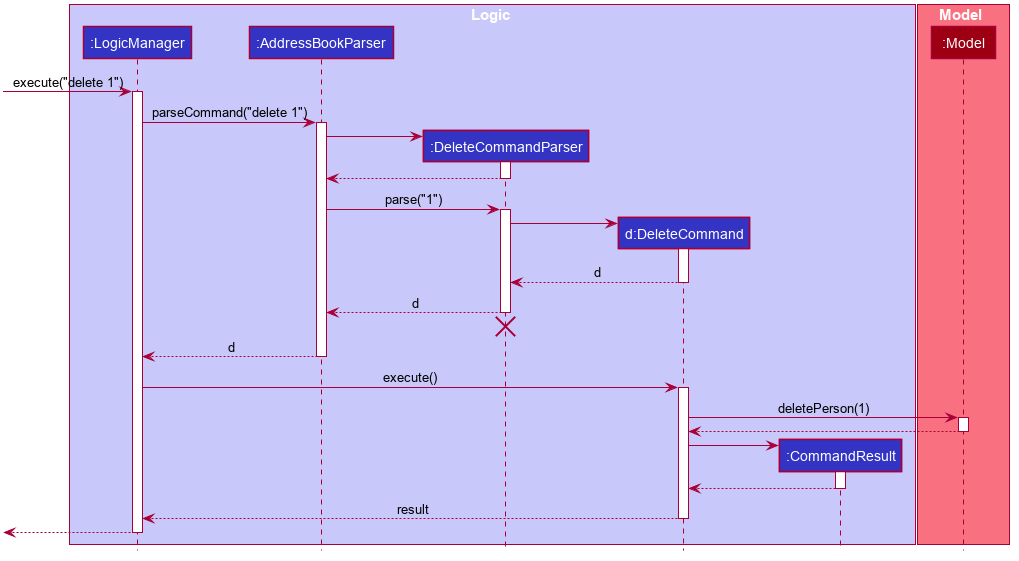
This is docs/images/DeleteSequenceDiagram.png from nus-cs2103-AY1920S1/addressbook-level3, a PlantUML export, as it was before one commit.
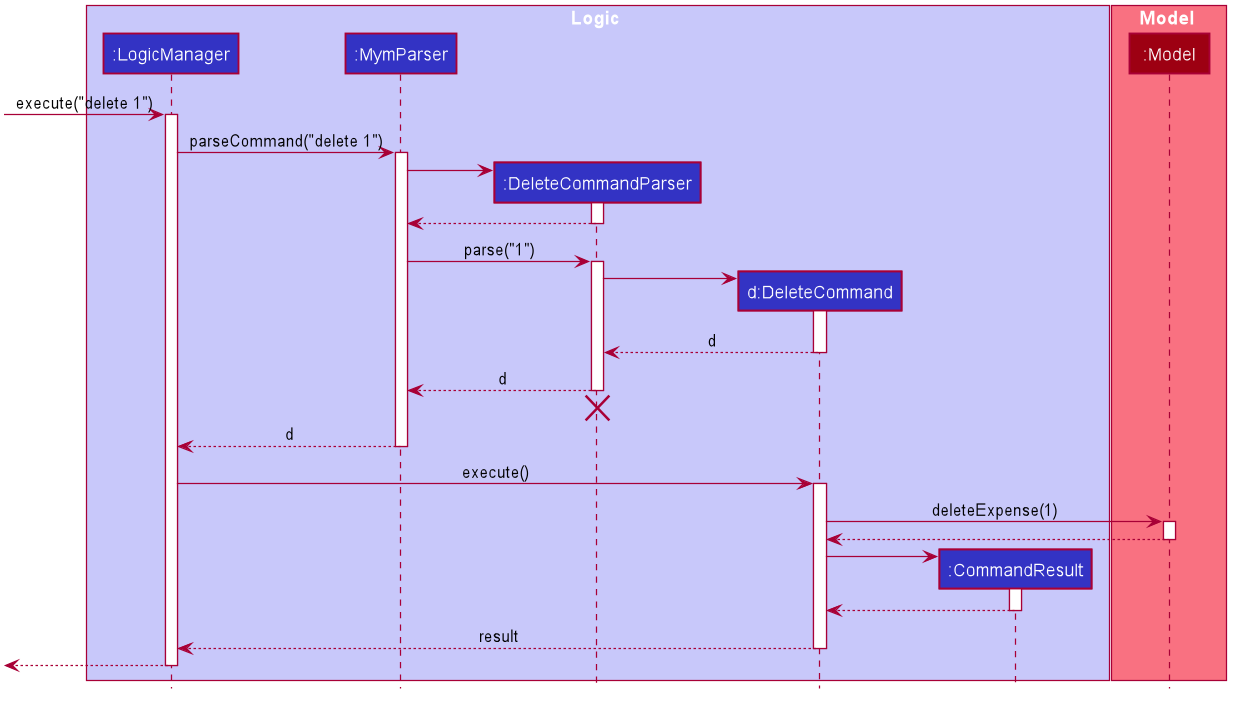
The same diagram one commit later.

Change to the diagram source:
```diff
@@ -50,7 +50,7 @@
 
 box Logic #C8C8FA
 participant ":LogicManager" as LogicManager #3333C4
-participant ":AddressBookParser" as AddressBookParser #3333C4
+participant ":MymParser" as MymParser #3333C4
 participant ":DeleteCommandParser" as DeleteCommandParser #3333C4
 participant "d:DeleteCommand" as DeleteCommand #3333C4
 participant ":CommandResult" as CommandResult #3333C4
@@ -63,17 +63,17 @@
 [-> LogicManager : execute("delete 1")
 activate LogicManager
 
-LogicManager -> AddressBookParser : parseCommand("delete 1")
-activate AddressBookParser
+LogicManager -> MymParser : parseCommand("delete 1")
+activate MymParser
 
 create DeleteCommandParser
-AddressBookParser -> DeleteCommandParser
+MymParser -> DeleteCommandParser
 activate DeleteCommandParser
 
-DeleteCommandParser --> AddressBookParser
+DeleteCommandParser --> MymParser
 deactivate DeleteCommandParser
 
-AddressBookParser -> DeleteCommandParser : parse("1")
+MymParser -> DeleteCommandParser : parse("1")
 activate DeleteCommandParser
 
 create DeleteCommand
@@ -83,18 +83,18 @@
 DeleteCommand --> DeleteCommandParser : d
 deactivate DeleteCommand
 
-DeleteCommandParser --> AddressBookParser : d
+DeleteCommandParser --> MymParser : d
 deactivate DeleteCommandParser
-DeleteCommandParser -[hidden]-> AddressBookParser
+DeleteCommandParser -[hidden]-> MymParser
 destroy DeleteCommandParser
 
-AddressBookParser --> LogicManager : d
-deactivate AddressBookParser
+MymParser --> LogicManager : d
+deactivate MymParser
 
 LogicManager -> DeleteCommand : execute()
 activate DeleteCommand
 
-DeleteCommand -> Model : deletePerson(1)
+DeleteCommand -> Model : deleteExpense(1)
 activate Model
 
 Model --> DeleteCommand
```
